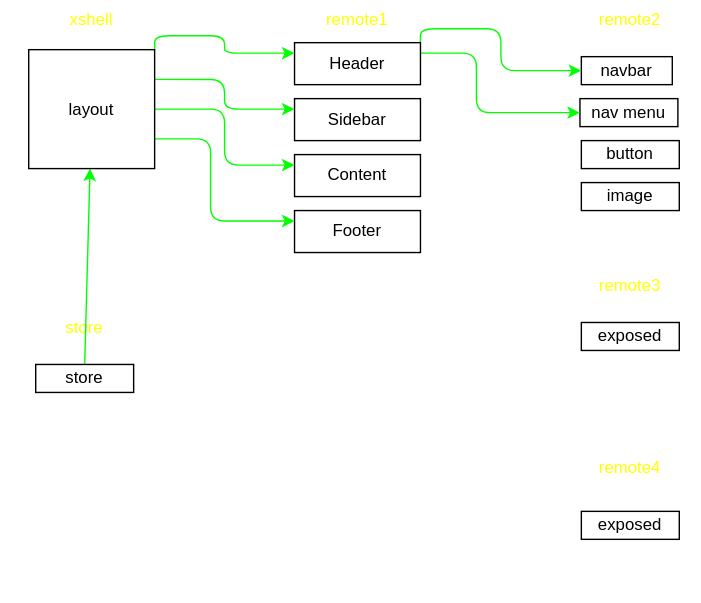
Above: architecture.dio.svg in jozemario/training-nodejs (draw.io), before the change. Source tidied: cells renumbered, new cells last; positions are measured from the earlier drawing's top-left corner, leaving out a move shared by most shapes.
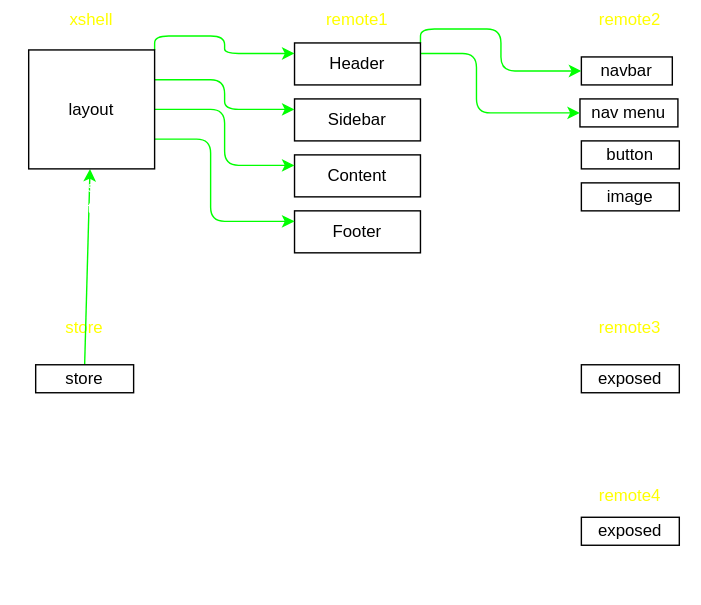
After the change.

Commit message:
building remote structure

The edit, as a diff of the source:
```diff
@@ -2,14 +2,17 @@
   <root>
     <mxCell id="0" />
     <mxCell id="1" parent="0" />
+    <mxCell id="20" value="&lt;font color=&quot;#ffff00&quot;&gt;remote4&lt;br&gt;&lt;/font&gt;" style="rounded=0;whiteSpace=wrap;html=1;verticalAlign=top;fillColor=none;strokeColor=#FFFFFF;glass=0;shadow=0;" parent="1" vertex="1">
+      <mxGeometry x="400" y="340" width="100" height="90" as="geometry" />
+    </mxCell>
     <mxCell id="2" value="&lt;font color=&quot;#ffff00&quot;&gt;store&lt;/font&gt;" style="rounded=0;whiteSpace=wrap;html=1;verticalAlign=top;fillColor=none;strokeColor=#FFFFFF;glass=0;shadow=0;" parent="1" vertex="1">
-      <mxGeometry x="10" y="220" width="100" height="90" as="geometry" />
+      <mxGeometry x="10" y="220" width="100" height="130" as="geometry" />
     </mxCell>
-    <mxCell id="3" value="&lt;font color=&quot;#ffff00&quot;&gt;xshell&lt;/font&gt;" style="rounded=0;whiteSpace=wrap;html=1;verticalAlign=top;fillColor=none;strokeColor=#FFFFFF;glass=0;shadow=0;" parent="1" vertex="1">
+    <mxCell id="3" value="&lt;span style=&quot;color: rgb(255 , 255 , 0)&quot;&gt;xshell&lt;/span&gt;" style="rounded=0;whiteSpace=wrap;html=1;verticalAlign=top;fillColor=none;strokeColor=#FFFFFF;glass=0;shadow=0;" parent="1" vertex="1">
       <mxGeometry width="130" height="160" as="geometry" />
     </mxCell>
     <mxCell id="4" value="&lt;font color=&quot;#ffff00&quot;&gt;remote2&lt;/font&gt;" style="rounded=0;whiteSpace=wrap;html=1;verticalAlign=top;fillColor=none;strokeColor=#FFFFFF;glass=0;shadow=0;" parent="1" vertex="1">
-      <mxGeometry x="400" width="100" height="170" as="geometry" />
+      <mxGeometry x="400" width="100" height="200" as="geometry" />
     </mxCell>
     <mxCell id="5" value="navbar" style="rounded=0;whiteSpace=wrap;html=1;" parent="1" vertex="1">
       <mxGeometry x="415" y="40" width="65" height="20" as="geometry" />
@@ -21,10 +24,10 @@
       <mxGeometry x="25" y="260" width="70" height="20" as="geometry" />
     </mxCell>
     <mxCell id="8" value="&lt;font color=&quot;#ffff00&quot;&gt;remote1&lt;/font&gt;" style="rounded=0;whiteSpace=wrap;html=1;verticalAlign=top;fillColor=none;strokeColor=#FFFFFF;glass=0;shadow=0;" parent="1" vertex="1">
-      <mxGeometry x="190" width="130" height="200" as="geometry" />
+      <mxGeometry x="190" width="130" height="220" as="geometry" />
     </mxCell>
     <mxCell id="9" value="&lt;font color=&quot;#ffff00&quot;&gt;remote3&lt;/font&gt;" style="rounded=0;whiteSpace=wrap;html=1;verticalAlign=top;fillColor=none;strokeColor=#FFFFFF;glass=0;shadow=0;" parent="1" vertex="1">
-      <mxGeometry x="400" y="190" width="100" height="110" as="geometry" />
+      <mxGeometry x="400" y="220" width="100" height="100" as="geometry" />
     </mxCell>
     <mxCell id="10" value="nav menu" style="rounded=0;whiteSpace=wrap;html=1;" parent="1" vertex="1">
       <mxGeometry x="414" y="70" width="70" height="20" as="geometry" />
@@ -59,13 +62,10 @@
       <mxGeometry x="210" y="70" width="90" height="30" as="geometry" />
     </mxCell>
     <mxCell id="19" value="exposed" style="rounded=0;whiteSpace=wrap;html=1;" parent="1" vertex="1">
-      <mxGeometry x="415" y="365" width="70" height="20" as="geometry" />
+      <mxGeometry x="415" y="369" width="70" height="20" as="geometry" />
     </mxCell>
-    <mxCell id="20" value="&lt;font color=&quot;#ffff00&quot;&gt;remote4&lt;br&gt;&lt;/font&gt;" style="rounded=0;whiteSpace=wrap;html=1;verticalAlign=top;fillColor=none;strokeColor=#FFFFFF;glass=0;shadow=0;" parent="1" vertex="1">
-      <mxGeometry x="400" y="320" width="100" height="110" as="geometry" />
-    </mxCell>
     <mxCell id="21" value="exposed" style="rounded=0;whiteSpace=wrap;html=1;" parent="1" vertex="1">
-      <mxGeometry x="415" y="230" width="70" height="20" as="geometry" />
+      <mxGeometry x="415" y="260" width="70" height="20" as="geometry" />
     </mxCell>
     <mxCell id="22" style="edgeStyle=orthogonalEdgeStyle;html=1;exitX=1;exitY=0;exitDx=0;exitDy=0;entryX=0;entryY=0.25;entryDx=0;entryDy=0;fontColor=#FFFF00;strokeColor=#00FF00;" parent="1" edge="1" source="26" target="13">
       <mxGeometry relative="1" as="geometry" />
@@ -87,5 +87,23 @@
     <mxCell id="26" value="layout" style="rounded=0;whiteSpace=wrap;html=1;" parent="1" vertex="1">
       <mxGeometry x="20" y="35" width="90" height="85" as="geometry" />
     </mxCell>
+    <mxCell id="27" value="&lt;font style=&quot;font-size: 10px&quot; color=&quot;#ffffff&quot;&gt;ssr react18 webpack5&amp;nbsp;&lt;/font&gt;" style="text;html=1;strokeColor=none;fillColor=none;align=center;verticalAlign=middle;whiteSpace=wrap;rounded=0;shadow=0;glass=0;fontColor=#FFFF00;" parent="1" vertex="1">
+      <mxGeometry x="30" y="305" width="60" height="20" as="geometry" />
+    </mxCell>
+    <mxCell id="28" value="&lt;font style=&quot;font-size: 10px&quot; color=&quot;#ffffff&quot;&gt;nextjs12 react18&lt;/font&gt;" style="text;html=1;strokeColor=none;fillColor=none;align=center;verticalAlign=middle;whiteSpace=wrap;rounded=0;shadow=0;glass=0;fontColor=#FFFF00;" parent="1" vertex="1">
+      <mxGeometry x="30" y="130" width="60" height="20" as="geometry" />
+    </mxCell>
+    <mxCell id="29" value="&lt;font style=&quot;font-size: 10px&quot; color=&quot;#ffffff&quot;&gt;ssr react18 webpack5&amp;nbsp;&lt;/font&gt;" style="text;html=1;strokeColor=none;fillColor=none;align=center;verticalAlign=middle;whiteSpace=wrap;rounded=0;shadow=0;glass=0;fontColor=#FFFF00;" parent="1" vertex="1">
+      <mxGeometry x="230" y="190" width="60" height="20" as="geometry" />
+    </mxCell>
+    <mxCell id="30" value="&lt;font style=&quot;font-size: 10px&quot; color=&quot;#ffffff&quot;&gt;ssr react18 webpack5&amp;nbsp;&lt;/font&gt;" style="text;html=1;strokeColor=none;fillColor=none;align=center;verticalAlign=middle;whiteSpace=wrap;rounded=0;shadow=0;glass=0;fontColor=#FFFF00;" parent="1" vertex="1">
+      <mxGeometry x="420" y="166" width="60" height="20" as="geometry" />
+    </mxCell>
+    <mxCell id="31" value="&lt;font style=&quot;font-size: 10px&quot; color=&quot;#ffffff&quot;&gt;ssr react18 webpack5&amp;nbsp;&lt;/font&gt;" style="text;html=1;strokeColor=none;fillColor=none;align=center;verticalAlign=middle;whiteSpace=wrap;rounded=0;shadow=0;glass=0;fontColor=#FFFF00;" parent="1" vertex="1">
+      <mxGeometry x="420" y="289" width="60" height="20" as="geometry" />
+    </mxCell>
+    <mxCell id="32" value="&lt;font style=&quot;font-size: 10px&quot; color=&quot;#ffffff&quot;&gt;ssr react18 webpack5&amp;nbsp;&lt;/font&gt;" style="text;html=1;strokeColor=none;fillColor=none;align=center;verticalAlign=middle;whiteSpace=wrap;rounded=0;shadow=0;glass=0;fontColor=#FFFF00;" parent="1" vertex="1">
+      <mxGeometry x="420" y="400" width="60" height="20" as="geometry" />
+    </mxCell>
   </root>
 </mxGraphModel>
```
